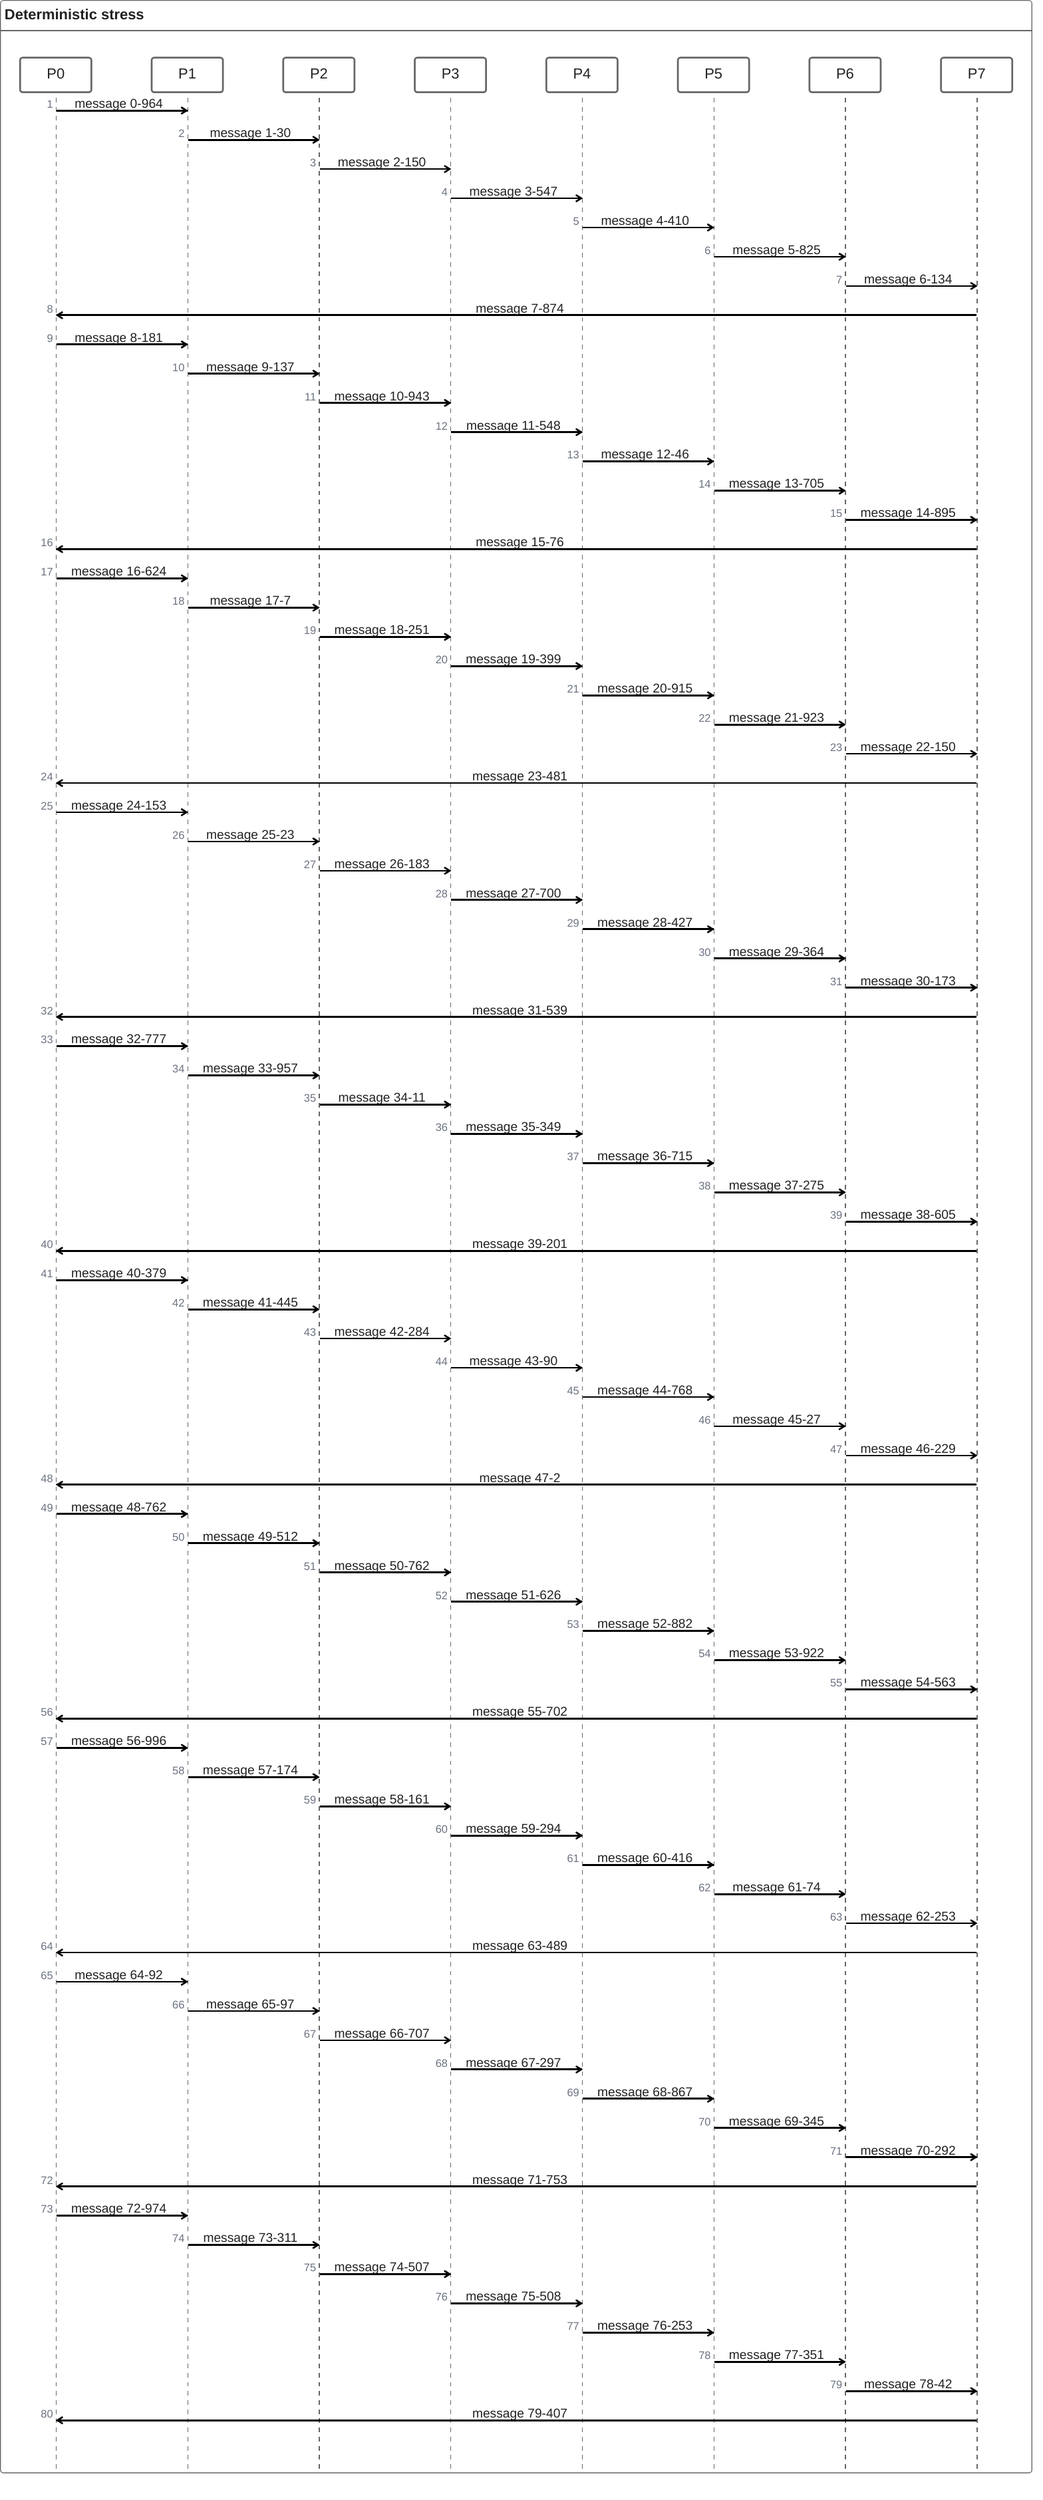
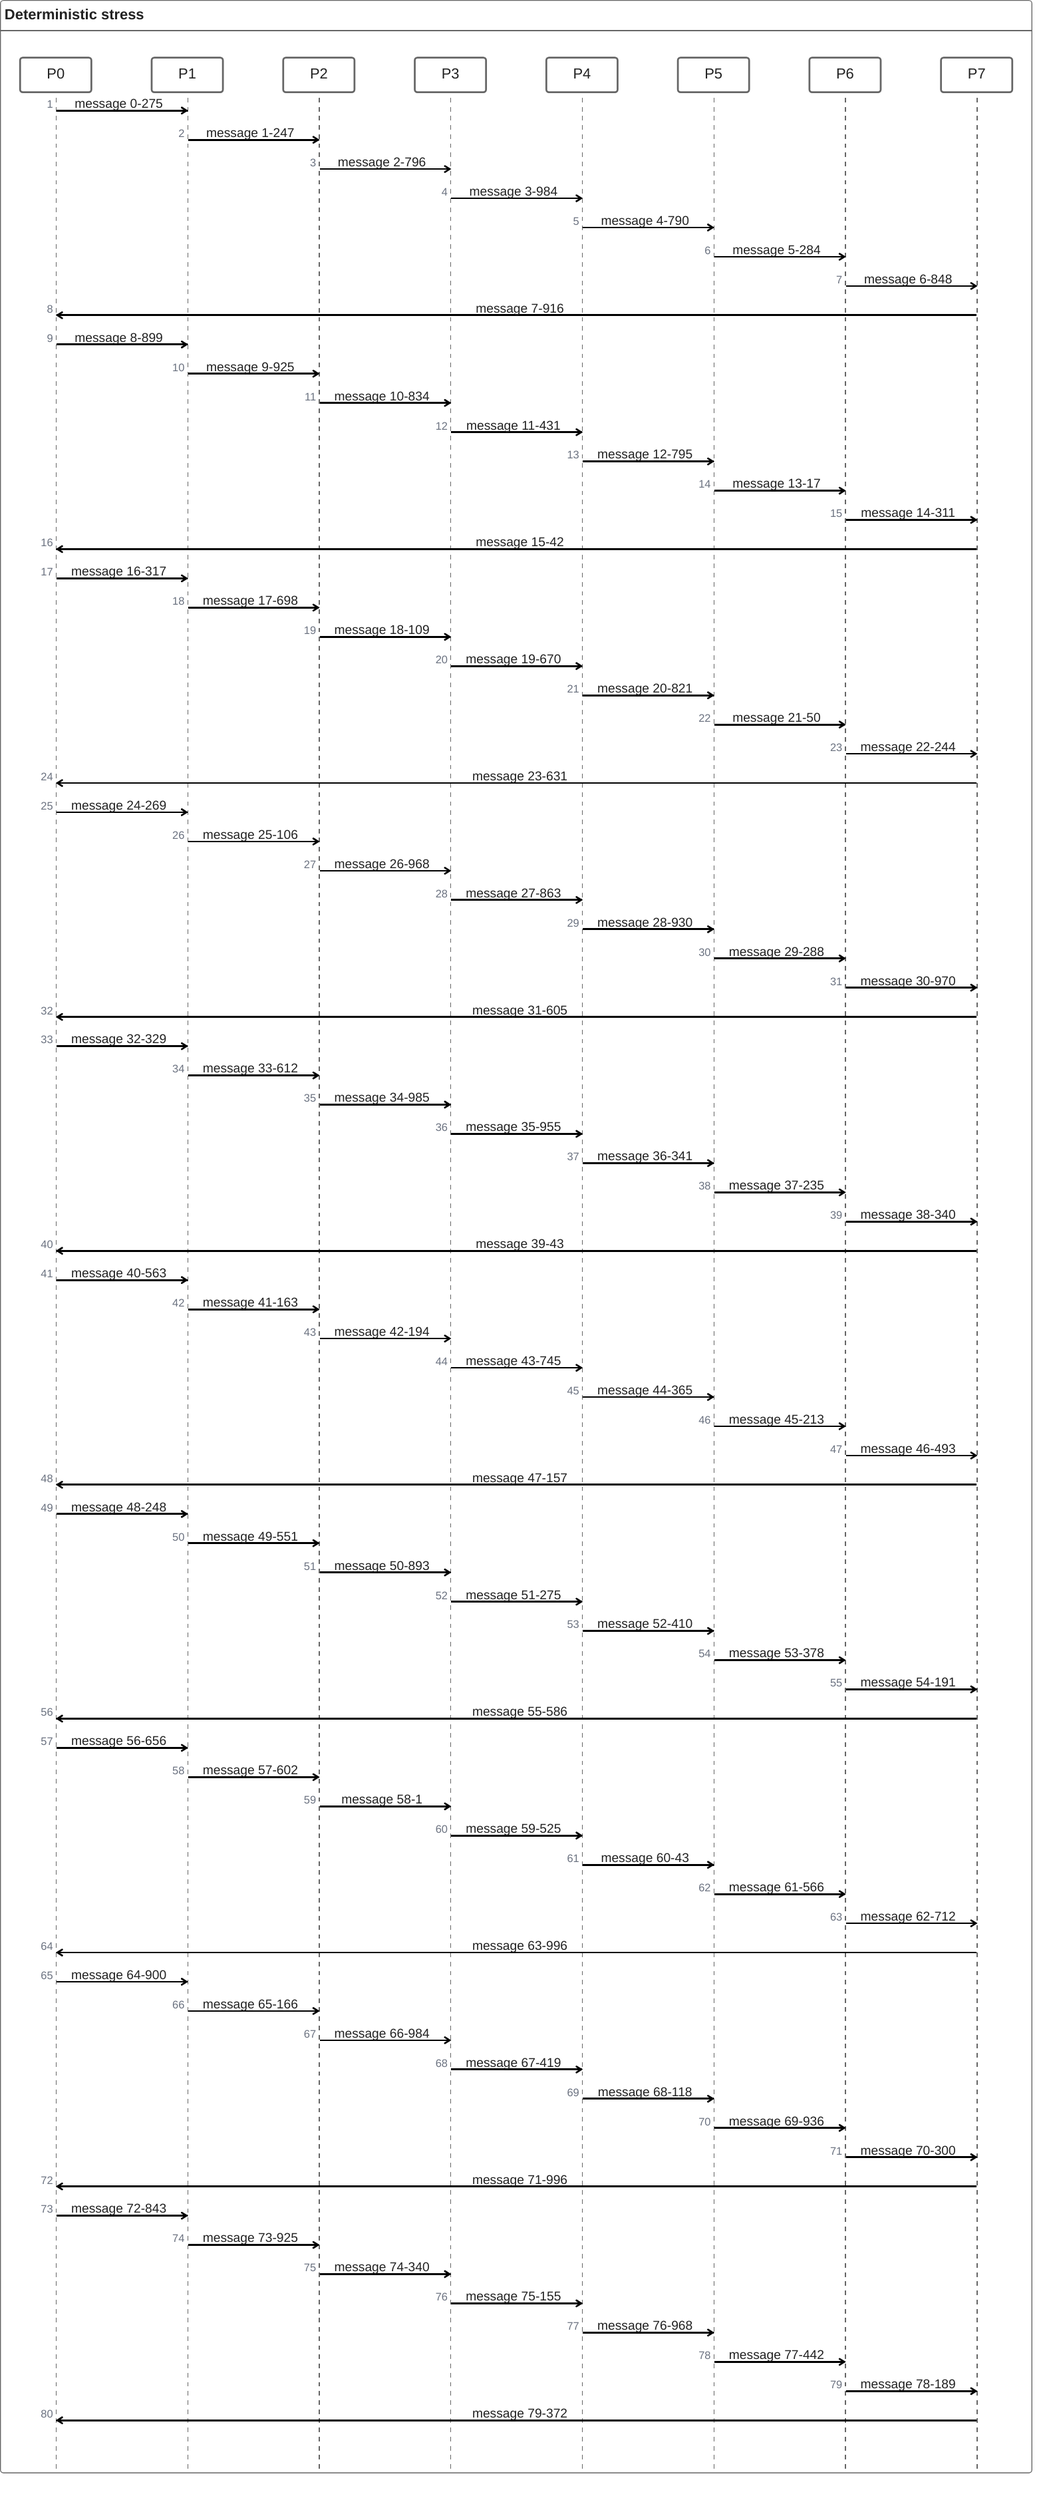
zenuml
  title Deterministic stress
-   P0->P1: message 0-964
-   P1->P2: message 1-30
-   P2->P3: message 2-150
-   P3->P4: message 3-547
-   P4->P5: message 4-410
-   P5->P6: message 5-825
-   P6->P7: message 6-134
-   P7->P0: message 7-874
-   P0->P1: message 8-181
-   P1->P2: message 9-137
-   P2->P3: message 10-943
-   P3->P4: message 11-548
-   P4->P5: message 12-46
-   P5->P6: message 13-705
-   P6->P7: message 14-895
-   P7->P0: message 15-76
-   P0->P1: message 16-624
-   P1->P2: message 17-7
-   P2->P3: message 18-251
-   P3->P4: message 19-399
-   P4->P5: message 20-915
-   P5->P6: message 21-923
-   P6->P7: message 22-150
-   P7->P0: message 23-481
-   P0->P1: message 24-153
-   P1->P2: message 25-23
-   P2->P3: message 26-183
-   P3->P4: message 27-700
-   P4->P5: message 28-427
-   P5->P6: message 29-364
-   P6->P7: message 30-173
-   P7->P0: message 31-539
-   P0->P1: message 32-777
-   P1->P2: message 33-957
-   P2->P3: message 34-11
-   P3->P4: message 35-349
-   P4->P5: message 36-715
-   P5->P6: message 37-275
-   P6->P7: message 38-605
-   P7->P0: message 39-201
-   P0->P1: message 40-379
-   P1->P2: message 41-445
-   P2->P3: message 42-284
-   P3->P4: message 43-90
-   P4->P5: message 44-768
-   P5->P6: message 45-27
-   P6->P7: message 46-229
-   P7->P0: message 47-2
-   P0->P1: message 48-762
-   P1->P2: message 49-512
-   P2->P3: message 50-762
-   P3->P4: message 51-626
-   P4->P5: message 52-882
-   P5->P6: message 53-922
-   P6->P7: message 54-563
-   P7->P0: message 55-702
-   P0->P1: message 56-996
-   P1->P2: message 57-174
-   P2->P3: message 58-161
-   P3->P4: message 59-294
-   P4->P5: message 60-416
-   P5->P6: message 61-74
-   P6->P7: message 62-253
-   P7->P0: message 63-489
-   P0->P1: message 64-92
-   P1->P2: message 65-97
-   P2->P3: message 66-707
-   P3->P4: message 67-297
-   P4->P5: message 68-867
-   P5->P6: message 69-345
-   P6->P7: message 70-292
-   P7->P0: message 71-753
-   P0->P1: message 72-974
-   P1->P2: message 73-311
-   P2->P3: message 74-507
-   P3->P4: message 75-508
-   P4->P5: message 76-253
-   P5->P6: message 77-351
-   P6->P7: message 78-42
-   P7->P0: message 79-407
+   P0->P1: message 0-275
+   P1->P2: message 1-247
+   P2->P3: message 2-796
+   P3->P4: message 3-984
+   P4->P5: message 4-790
+   P5->P6: message 5-284
+   P6->P7: message 6-848
+   P7->P0: message 7-916
+   P0->P1: message 8-899
+   P1->P2: message 9-925
+   P2->P3: message 10-834
+   P3->P4: message 11-431
+   P4->P5: message 12-795
+   P5->P6: message 13-17
+   P6->P7: message 14-311
+   P7->P0: message 15-42
+   P0->P1: message 16-317
+   P1->P2: message 17-698
+   P2->P3: message 18-109
+   P3->P4: message 19-670
+   P4->P5: message 20-821
+   P5->P6: message 21-50
+   P6->P7: message 22-244
+   P7->P0: message 23-631
+   P0->P1: message 24-269
+   P1->P2: message 25-106
+   P2->P3: message 26-968
+   P3->P4: message 27-863
+   P4->P5: message 28-930
+   P5->P6: message 29-288
+   P6->P7: message 30-970
+   P7->P0: message 31-605
+   P0->P1: message 32-329
+   P1->P2: message 33-612
+   P2->P3: message 34-985
+   P3->P4: message 35-955
+   P4->P5: message 36-341
+   P5->P6: message 37-235
+   P6->P7: message 38-340
+   P7->P0: message 39-43
+   P0->P1: message 40-563
+   P1->P2: message 41-163
+   P2->P3: message 42-194
+   P3->P4: message 43-745
+   P4->P5: message 44-365
+   P5->P6: message 45-213
+   P6->P7: message 46-493
+   P7->P0: message 47-157
+   P0->P1: message 48-248
+   P1->P2: message 49-551
+   P2->P3: message 50-893
+   P3->P4: message 51-275
+   P4->P5: message 52-410
+   P5->P6: message 53-378
+   P6->P7: message 54-191
+   P7->P0: message 55-586
+   P0->P1: message 56-656
+   P1->P2: message 57-602
+   P2->P3: message 58-1
+   P3->P4: message 59-525
+   P4->P5: message 60-43
+   P5->P6: message 61-566
+   P6->P7: message 62-712
+   P7->P0: message 63-996
+   P0->P1: message 64-900
+   P1->P2: message 65-166
+   P2->P3: message 66-984
+   P3->P4: message 67-419
+   P4->P5: message 68-118
+   P5->P6: message 69-936
+   P6->P7: message 70-300
+   P7->P0: message 71-996
+   P0->P1: message 72-843
+   P1->P2: message 73-925
+   P2->P3: message 74-340
+   P3->P4: message 75-155
+   P4->P5: message 76-968
+   P5->P6: message 77-442
+   P6->P7: message 78-189
+   P7->P0: message 79-372
